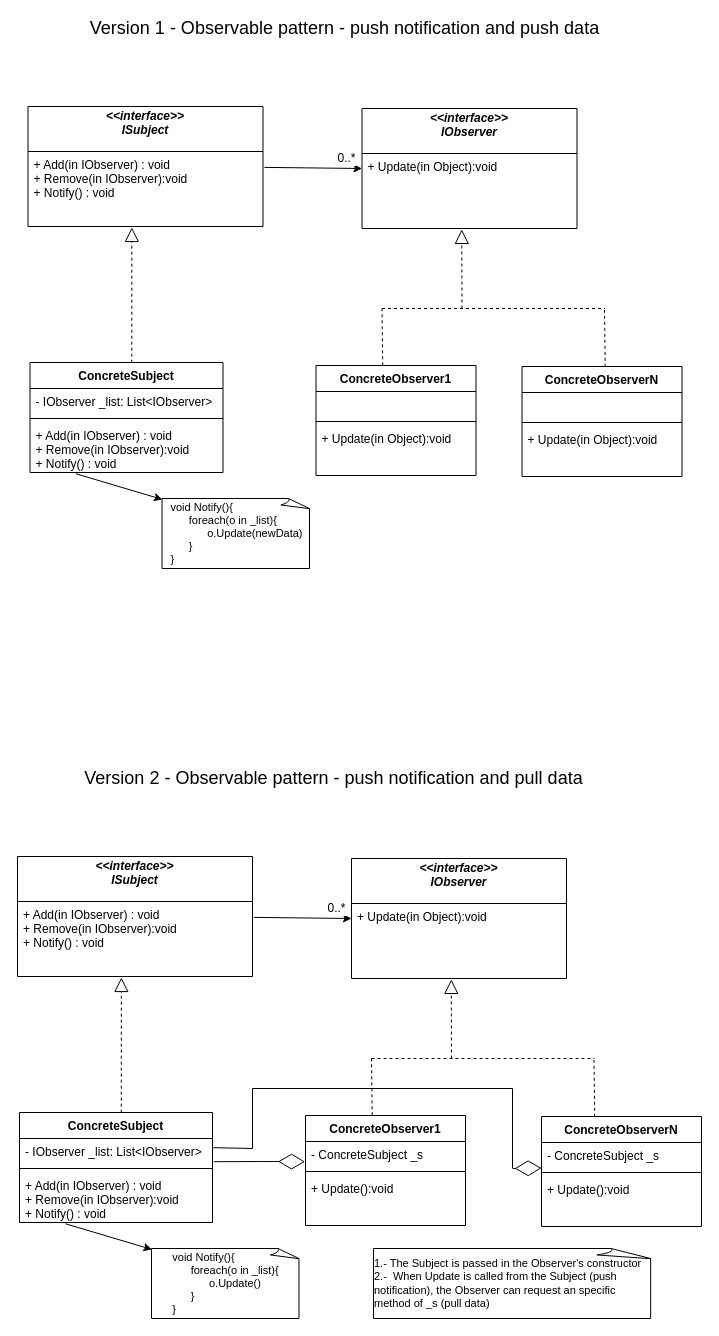
zangelus/Patterns keeps this draw.io diagram as Patterns/images/Observer.drawio. Above is the earlier version. Source tidied: cells renumbered, new cells numbered last; positions are measured from the earlier drawing's top-left corner, leaving out a move shared by most shapes. Both pictures are drawn from the tidied source at 100%, with x=0, y=0 at pixel (17, 18).
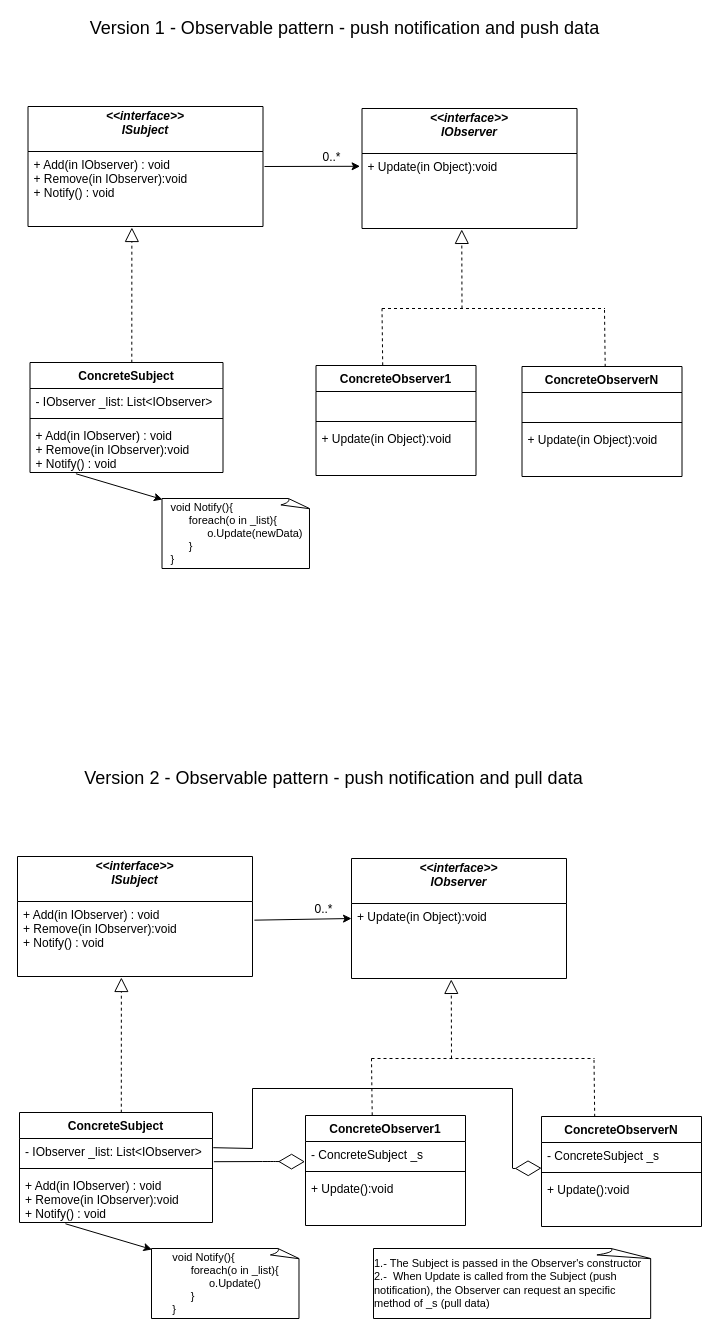
Above is the later version.

Commit message (it also covers changes not shown here):
observer upd

Unchanged cells that the change refers to:
```xml
<mxCell id="3" value="+ Add(in IObserver) : void&#10;+ Remove(in IObserver):void&#10;+ Notify() : void&#10;" style="text;strokeColor=none;fillColor=none;align=left;verticalAlign=top;spacingLeft=4;spacingRight=4;overflow=hidden;points=[[0,0.5],[1,0.5]];portConstraint=eastwest;" parent="2" vertex="1">
  <mxGeometry y="45" width="235" height="75" as="geometry" />
</mxCell>
<mxCell id="5" value="+ Update(in Object):void&#10;" style="text;strokeColor=none;fillColor=none;align=left;verticalAlign=top;spacingLeft=4;spacingRight=4;overflow=hidden;points=[[0,0.5],[1,0.5]];portConstraint=eastwest;" parent="4" vertex="1">
  <mxGeometry y="45" width="215" height="75" as="geometry" />
</mxCell>
<mxCell id="29" value="+ Add(in IObserver) : void&#10;+ Remove(in IObserver):void&#10;+ Notify() : void&#10;" style="text;strokeColor=none;fillColor=none;align=left;verticalAlign=top;spacingLeft=4;spacingRight=4;overflow=hidden;points=[[0,0.5],[1,0.5]];portConstraint=eastwest;" parent="28" vertex="1">
  <mxGeometry y="45" width="235" height="75" as="geometry" />
</mxCell>
<mxCell id="31" value="+ Update(in Object):void&#10;" style="text;strokeColor=none;fillColor=none;align=left;verticalAlign=top;spacingLeft=4;spacingRight=4;overflow=hidden;points=[[0,0.5],[1,0.5]];portConstraint=eastwest;" parent="30" vertex="1">
  <mxGeometry y="45" width="215" height="75" as="geometry" />
</mxCell>
```

Change to the diagram source:
```diff
@@
-    <mxCell id="6" style="endArrow=classic;html=1;entryX=0;entryY=0.2;entryDx=0;entryDy=0;entryPerimeter=0;exitX=1.006;exitY=0.212;exitDx=0;exitDy=0;exitPerimeter=0;" parent="1" edge="1" source="3" target="5">
-      <mxGeometry relative="1" as="geometry" />
+    <mxCell id="6" style="endArrow=classic;html=1;entryX=0;entryY=0.2;entryDx=0;entryDy=0;entryPerimeter=0;" parent="1" edge="1">
+      <mxGeometry relative="1" as="geometry">
+        <mxPoint x="247" y="148" as="sourcePoint" />
+        <mxPoint x="342.6" y="147.8" as="targetPoint" />
+      </mxGeometry>
     </mxCell>
     <mxCell id="7" value="0..*" style="text;html=1;align=center;verticalAlign=middle;labelBackgroundColor=#ffffff;" parent="6" vertex="1">
       <mxGeometry x="0.75" y="1" relative="1" as="geometry">
-        <mxPoint x="-3" y="-9" as="offset" />
+        <mxPoint x="-17" y="-8.5" as="offset" />
       </mxGeometry>
     </mxCell>
@@
-    <mxCell id="32" style="endArrow=classic;html=1;entryX=0;entryY=0.2;entryDx=0;entryDy=0;entryPerimeter=0;exitX=1.006;exitY=0.212;exitDx=0;exitDy=0;exitPerimeter=0;" parent="1" edge="1" source="29" target="31">
+    <mxCell id="32" style="endArrow=classic;html=1;entryX=0;entryY=0.2;entryDx=0;entryDy=0;entryPerimeter=0;exitX=1.008;exitY=0.249;exitDx=0;exitDy=0;exitPerimeter=0;" parent="1" edge="1" source="29" target="31">
       <mxGeometry relative="1" as="geometry" />
     </mxCell>
     <mxCell id="33" value="0..*" style="text;html=1;align=center;verticalAlign=middle;labelBackgroundColor=#ffffff;" parent="32" vertex="1">
       <mxGeometry x="0.75" y="1" relative="1" as="geometry">
-        <mxPoint x="-3" y="-9" as="offset" />
+        <mxPoint x="-16.5" y="-9" as="offset" />
       </mxGeometry>
     </mxCell>
```
